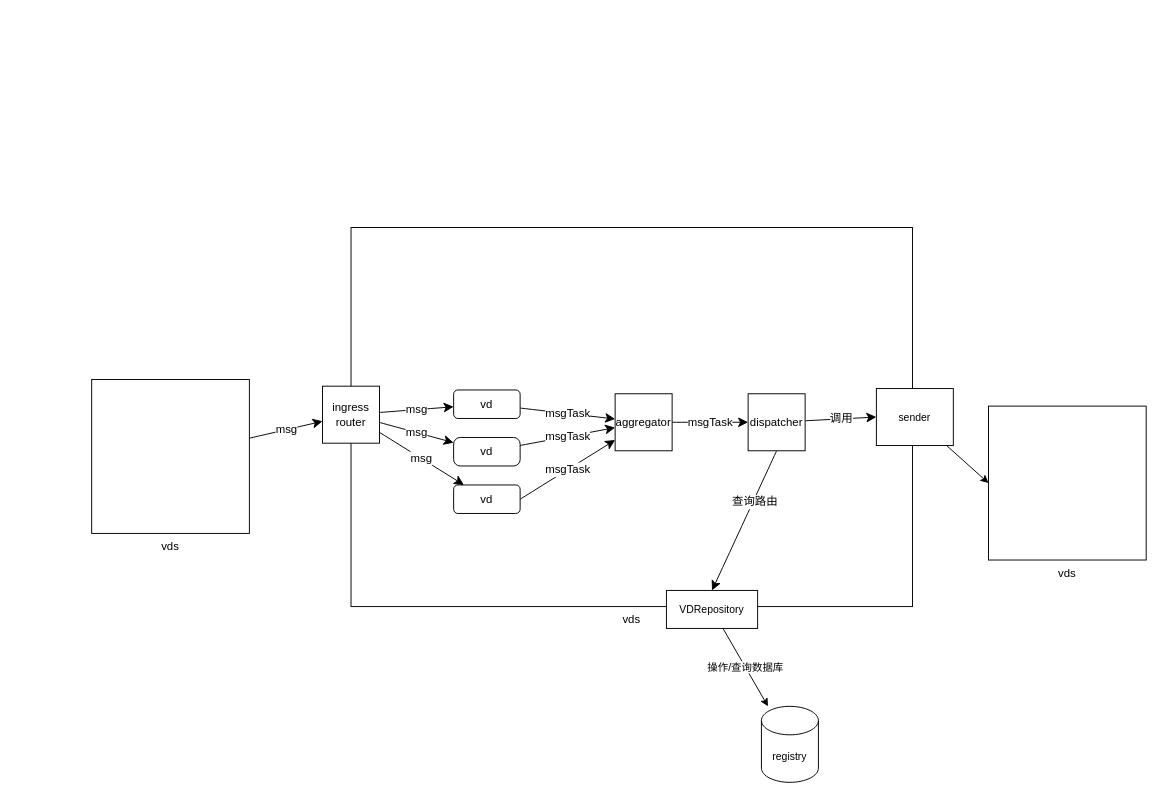
The draw.io diagram page "vds结构" (1 of 4) of vds图示.drawio in AOisUsed/vds, before the edit. Source tidied: cells renumbered, new cells numbered last; positions are measured from the earlier drawing's top-left corner, leaving out a move shared by most shapes. Both pictures are drawn from the tidied source at 95%, with x=0, y=0 at pixel (91, 227).
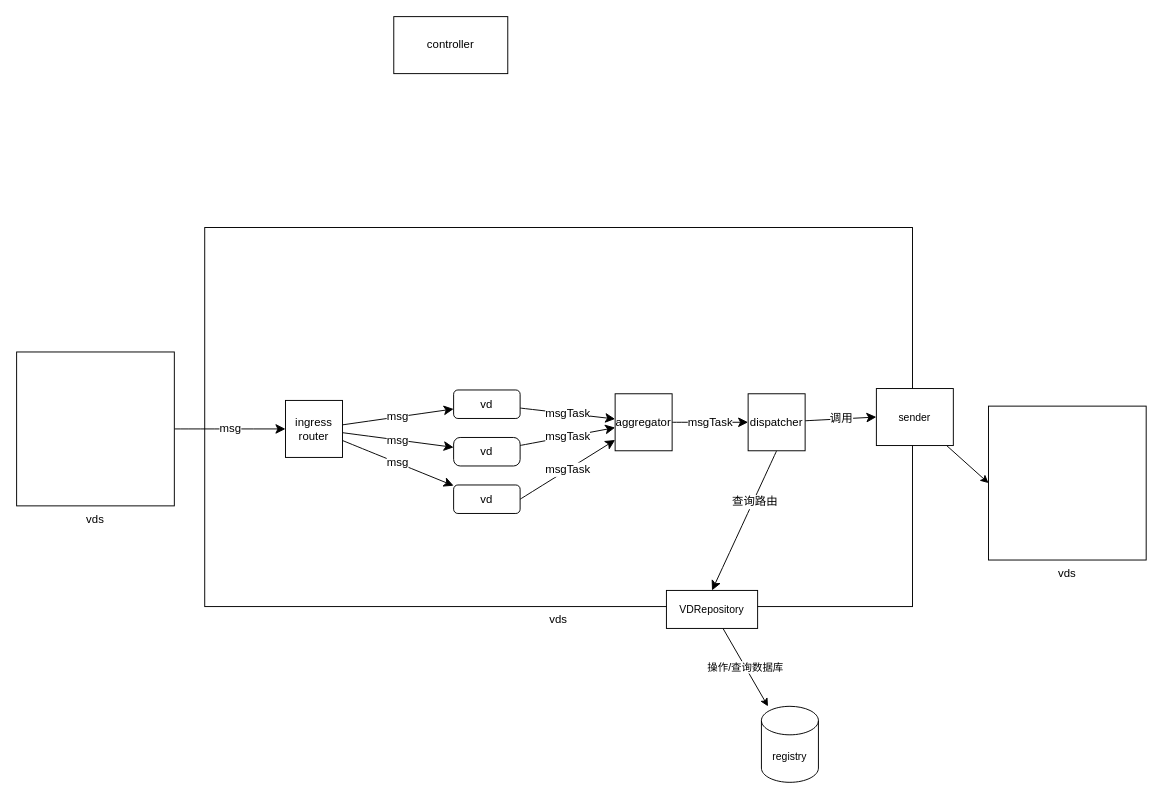
The same diagram, later.

The edit, as a diff of the source:
```diff
@@
     <mxCell id="2" value="vds" style="rounded=0;whiteSpace=wrap;html=1;verticalAlign=top;labelPosition=center;verticalLabelPosition=bottom;align=center;" parent="1" vertex="1">
-      <mxGeometry x="273" width="591" height="399" as="geometry" />
+      <mxGeometry x="119" width="745" height="399" as="geometry" />
     </mxCell>
@@
     <mxCell id="12" value="ingress&lt;div&gt;router&lt;/div&gt;" style="rounded=0;whiteSpace=wrap;html=1;" parent="1" vertex="1">
-      <mxGeometry x="243" y="167" width="60" height="60" as="geometry" />
+      <mxGeometry x="204" y="182" width="60" height="60" as="geometry" />
     </mxCell>
@@
-    <mxCell id="15" value="msg" style="edgeStyle=none;curved=1;rounded=0;jettySize=auto;html=1;fontSize=12;startSize=8;endSize=8;" parent="1" edge="1" source="20" target="12">
+    <mxCell id="15" value="msg" style="edgeStyle=none;curved=1;rounded=0;jettySize=auto;html=1;fontSize=12;startSize=8;endSize=8;entryX=0;entryY=0.5;entryDx=0;entryDy=0;" parent="1" edge="1" source="20" target="12">
       <mxGeometry relative="1" as="geometry" />
     </mxCell>
@@
     <mxCell id="20" value="vds" style="rounded=0;whiteSpace=wrap;html=1;verticalAlign=top;labelPosition=center;verticalLabelPosition=bottom;align=center;" parent="1" vertex="1">
-      <mxGeometry y="160" width="166" height="162" as="geometry" />
+      <mxGeometry x="-79" y="131" width="166" height="162" as="geometry" />
     </mxCell>
@@
+    <mxCell id="26" value="controller" style="rounded=0;whiteSpace=wrap;html=1;" parent="1" vertex="1">
+      <mxGeometry x="318" y="-222" width="120" height="60" as="geometry" />
+    </mxCell>
```
